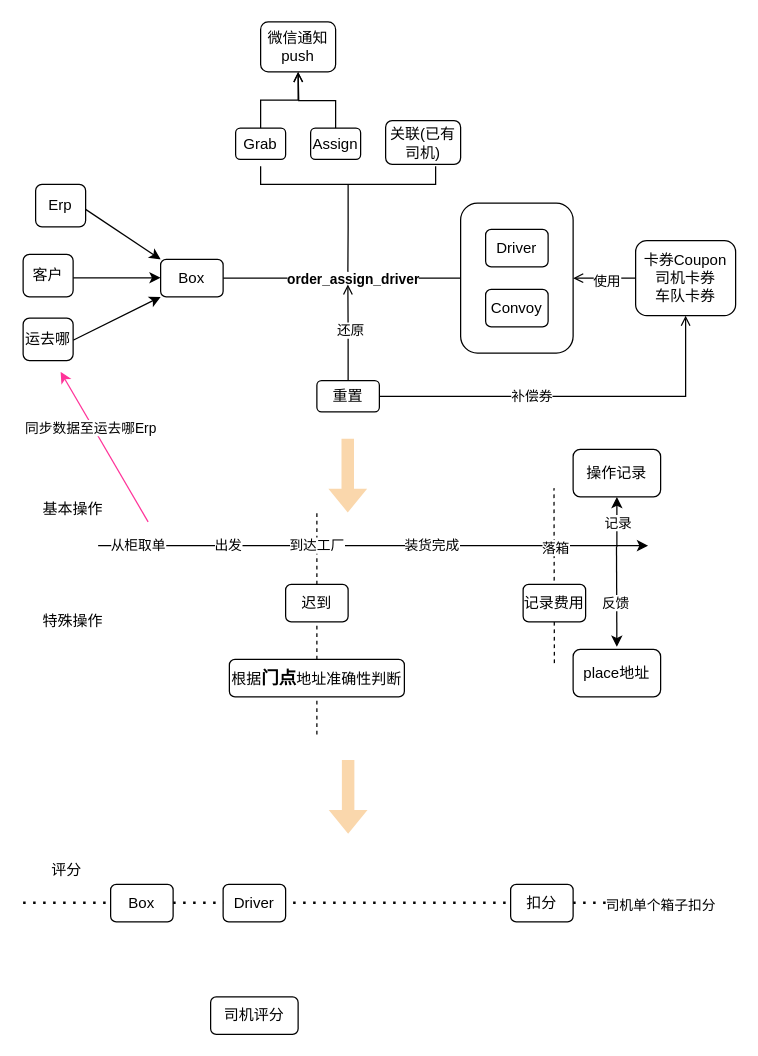
gongyao1992/draw keeps this draw.io diagram as 当前箱信调度.drawio. Above is the earlier version. Source tidied: cells renumbered, new cells numbered last; positions are measured from the earlier drawing's top-left corner, leaving out a move shared by most shapes. Both pictures are drawn from the tidied source at 125%, with x=0, y=0 at pixel (22, 21).
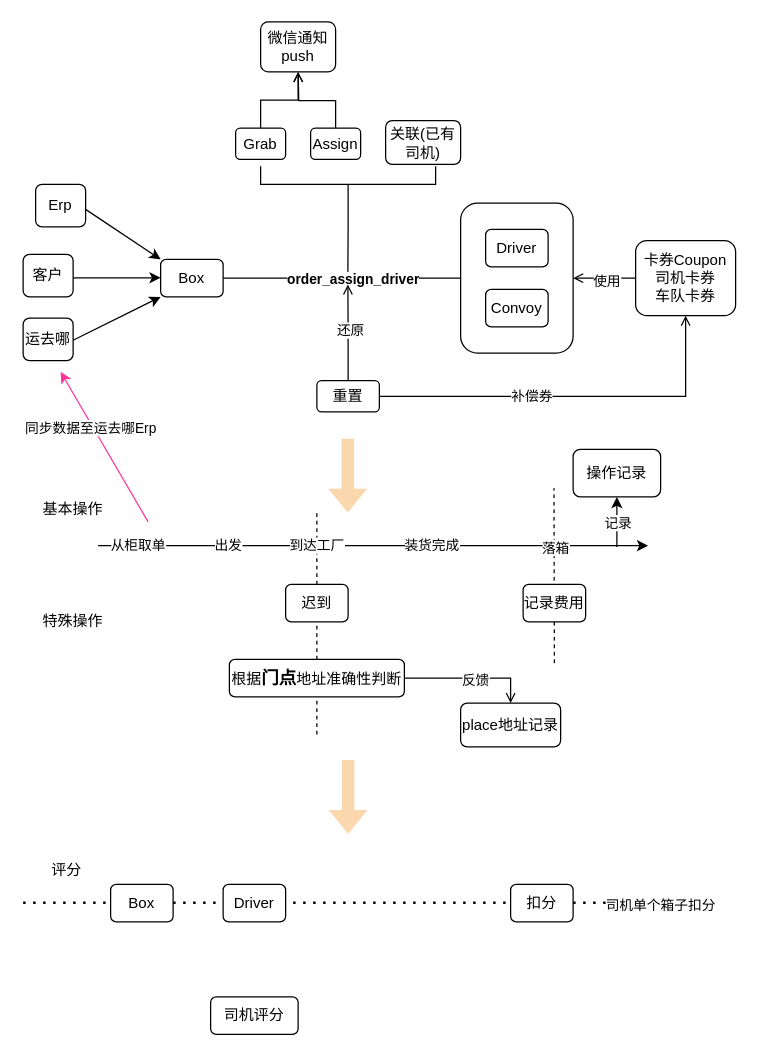
The same diagram, later.

Commit message:
更新当前箱信调度.drawio

Unchanged cells that the change refers to:
```xml
<mxCell id="44" value="根据&lt;b&gt;&lt;font style=&quot;font-size: 14px&quot;&gt;门点&lt;/font&gt;&lt;/b&gt;地址准确性判断" style="rounded=1;whiteSpace=wrap;html=1;align=center;" parent="1" vertex="1">
  <mxGeometry x="165" y="510" width="140" height="30" as="geometry" />
</mxCell>
```

Diff of the diagram source:
```diff
@@
+    <mxCell id="61" style="edgeStyle=orthogonalEdgeStyle;rounded=0;jettySize=auto;html=1;exitX=1;exitY=0.5;exitDx=0;exitDy=0;entryX=0.5;entryY=0;entryDx=0;entryDy=0;endArrow=open;endFill=0;" parent="1" edge="1" source="44" target="50">
+      <mxGeometry relative="1" as="geometry" />
+    </mxCell>
+    <mxCell id="52" value="反馈" style="edgeLabel;html=1;align=center;verticalAlign=middle;" parent="61" vertex="1">
+      <mxGeometry x="0.07" y="-1" relative="1" as="geometry" />
+    </mxCell>
@@
-    <mxCell id="50" value="place地址" style="rounded=1;whiteSpace=wrap;html=1;align=center;" parent="1" vertex="1">
-      <mxGeometry x="440" y="502" width="70" height="38" as="geometry" />
+    <mxCell id="50" value="place地址记录" style="rounded=1;whiteSpace=wrap;html=1;align=center;" parent="1" vertex="1">
+      <mxGeometry x="350" y="545" width="80" height="35" as="geometry" />
     </mxCell>
-    <mxCell id="51" style="endArrow=classic;html=1;" parent="1" edge="1">
-      <mxGeometry relative="1" as="geometry">
-        <mxPoint x="474.7" y="420" as="sourcePoint" />
-        <mxPoint x="475" y="500" as="targetPoint" />
-      </mxGeometry>
-    </mxCell>
-    <mxCell id="52" value="反馈" style="edgeLabel;html=1;align=center;verticalAlign=middle;" parent="51" vertex="1">
-      <mxGeometry x="0.1" y="-1" relative="1" as="geometry" />
-    </mxCell>
```
